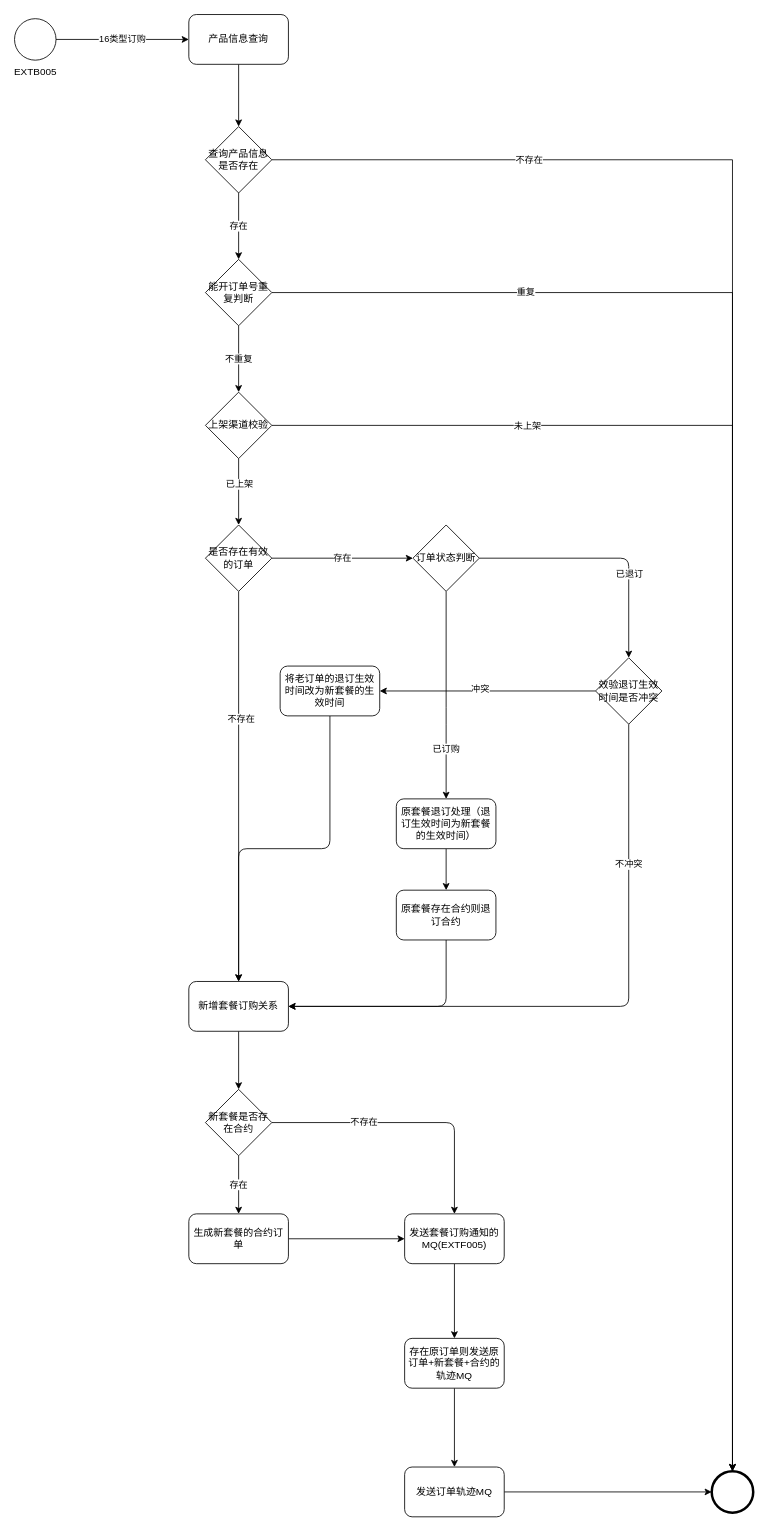
Above: 套餐+权益.drawio in moshan123/draw (draw.io), before the change. Source tidied: cells renumbered, new cells numbered last; positions are measured from the earlier drawing's top-left corner, leaving out a move shared by most shapes. Both pictures are drawn from the tidied source at 83%, with x=0, y=0 at pixel (14, 14).
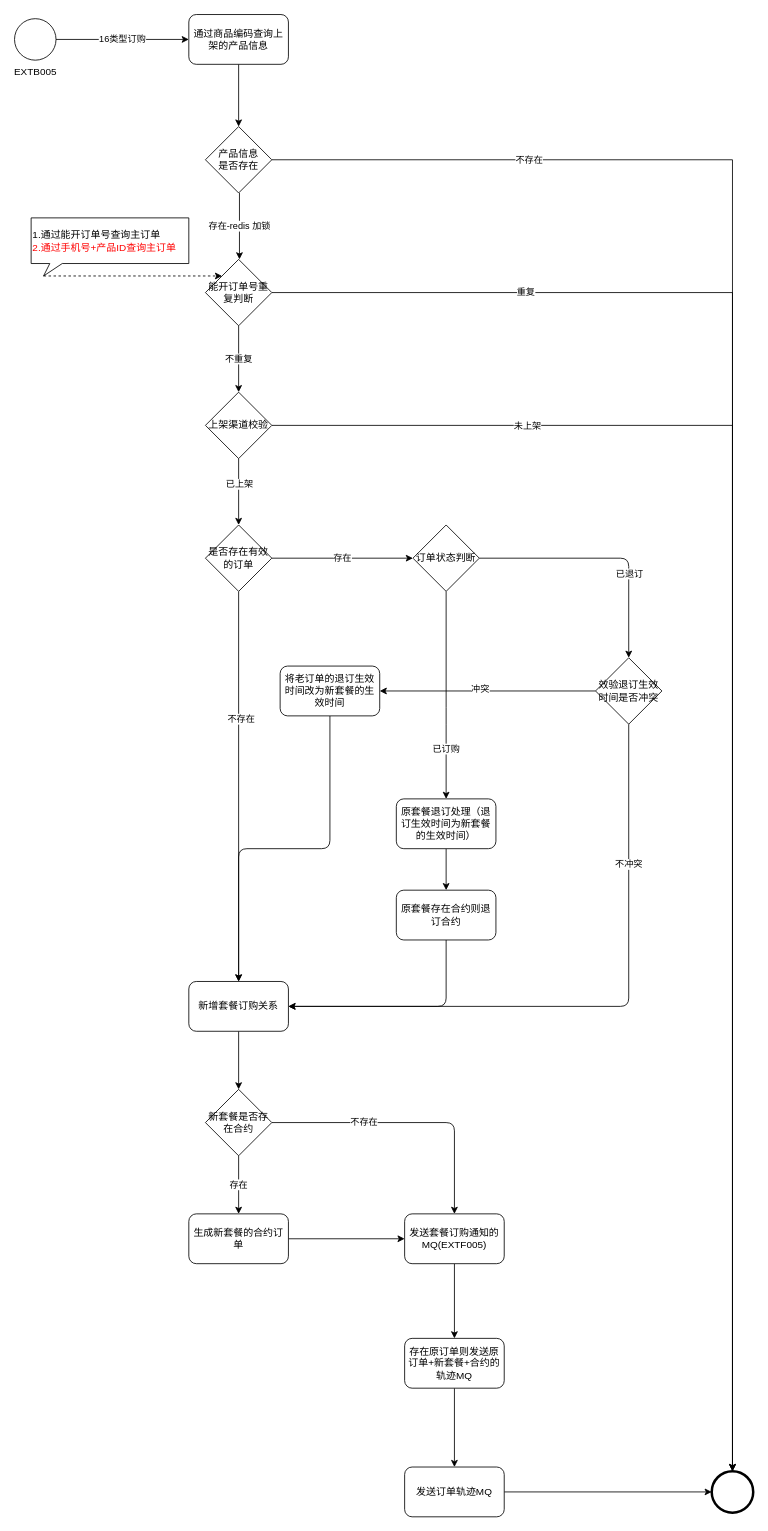
The same page after the edit.

The change refers to these unchanged cells:
```xml
<mxCell id="12" value="能开订单号重复判断" style="rhombus;whiteSpace=wrap;html=1;" parent="1" vertex="1">
  <mxGeometry x="230" y="295" width="80" height="80" as="geometry" />
</mxCell>
```

Change to the diagram source:
```diff
@@
-    <mxCell id="6" value="产品信息查询" style="rounded=1;whiteSpace=wrap;html=1;" parent="1" vertex="1">
+    <mxCell id="6" value="通过商品编码查询上架的产品信息" style="rounded=1;whiteSpace=wrap;html=1;" parent="1" vertex="1">
       <mxGeometry x="210" width="120" height="60" as="geometry" />
     </mxCell>
-    <mxCell id="7" value="存在" style="edgeStyle=orthogonalEdgeStyle;rounded=0;jettySize=auto;html=1;" parent="1" edge="1" source="9" target="12">
-      <mxGeometry relative="1" as="geometry" />
+    <mxCell id="7" value="存在-redis 加锁" style="edgeStyle=orthogonalEdgeStyle;rounded=0;orthogonalLoop=1;jettySize=auto;html=1;" parent="1" edge="1">
+      <mxGeometry relative="1" as="geometry">
+        <mxPoint x="271" y="215" as="sourcePoint" />
+        <mxPoint x="271" y="295" as="targetPoint" />
+      </mxGeometry>
     </mxCell>
@@
-    <mxCell id="9" value="查询产品信息是否存在" style="rhombus;whiteSpace=wrap;html=1;" parent="1" vertex="1">
+    <mxCell id="9" value="产品信息&lt;br&gt;是否存在" style="rhombus;whiteSpace=wrap;html=1;" parent="1" vertex="1">
       <mxGeometry x="230" y="135" width="80" height="80" as="geometry" />
     </mxCell>
@@
+    <mxCell id="49" value="1.通过能开订单号查询主订单&lt;br&gt;&lt;font color=&quot;#ff0000&quot;&gt;2.通过手机号+产品ID查询主订单&lt;/font&gt;" style="whiteSpace=wrap;html=1;shape=mxgraph.basic.rectCallout;dx=30;dy=15;boundedLbl=1;align=left;" parent="1" vertex="1">
+      <mxGeometry x="20" y="245" width="190" height="70" as="geometry" />
+    </mxCell>
+    <mxCell id="50" style="edgeStyle=segmentEdgeStyle;endArrow=classic;html=1;dashed=1;exitX=0;exitY=0;exitDx=15;exitDy=70;exitPerimeter=0;entryX=0;entryY=0;entryDx=0;entryDy=0;" parent="1" edge="1" source="49" target="12">
+      <mxGeometry relative="1" as="geometry">
+        <Array as="points">
+          <mxPoint x="95" y="315" />
+        </Array>
+      </mxGeometry>
+    </mxCell>
```
